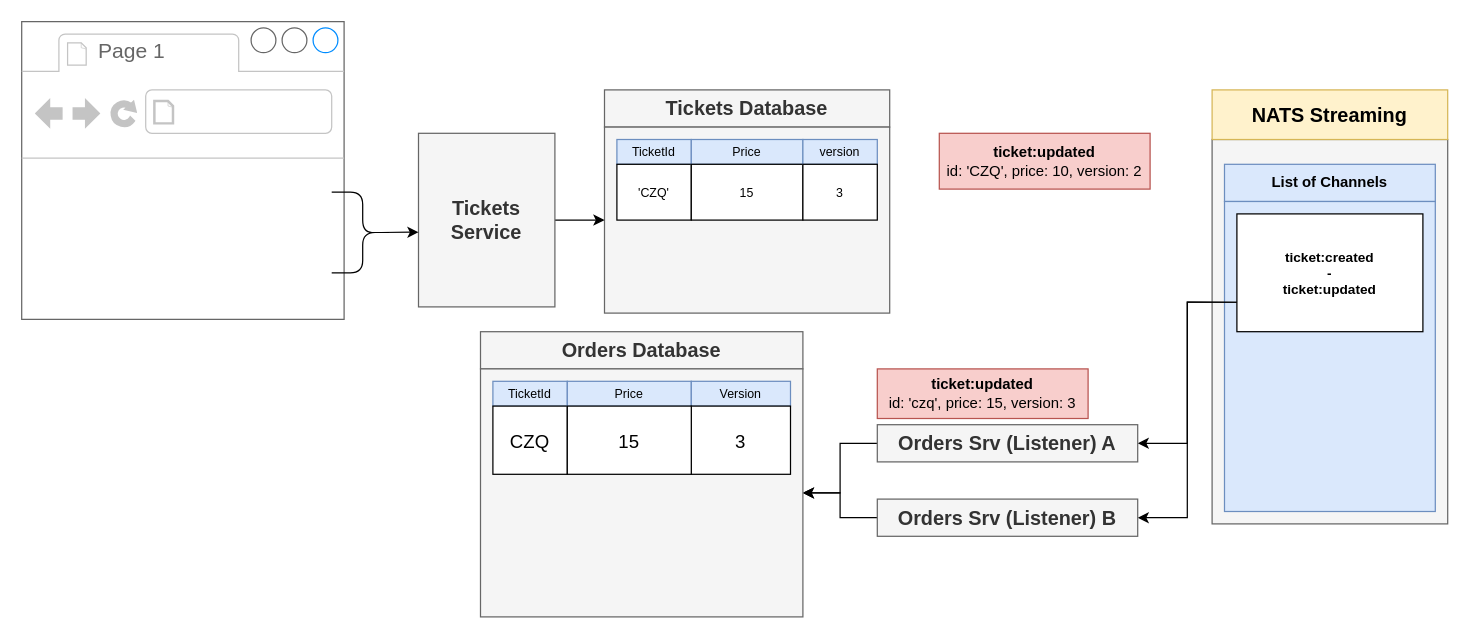
Before: page "06 - conc" (5 of 19) of diagrams/08/03.drawio in HappySuzuki/microservices-cast, a draw.io diagram. Source tidied: cells renumbered, new cells numbered last; positions are measured from the earlier drawing's top-left corner, leaving out a move shared by most shapes. Both pictures are drawn from the tidied source at 124%, with x=0, y=0 at pixel (21, 21).
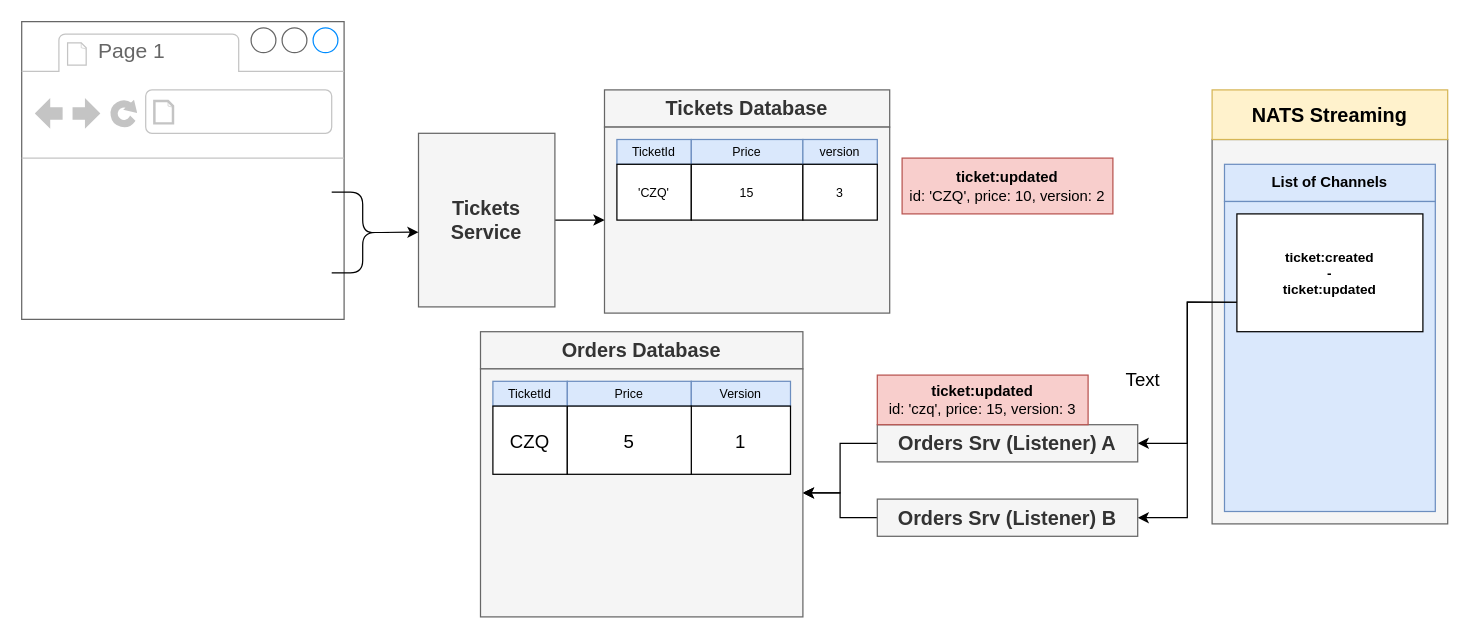
Above is the later version.

Change to the diagram source:
```diff
@@
-    <mxCell id="32" value="3" style="rounded=0;whiteSpace=wrap;html=1;fontSize=15;align=center;" parent="1" vertex="1">
+    <mxCell id="32" value="1" style="rounded=0;whiteSpace=wrap;html=1;fontSize=15;align=center;" parent="1" vertex="1">
       <mxGeometry x="540" y="310" width="80" height="55" as="geometry" />
     </mxCell>
-    <mxCell id="33" value="15" style="rounded=0;whiteSpace=wrap;html=1;fontSize=15;align=center;" parent="1" vertex="1">
+    <mxCell id="33" value="5" style="rounded=0;whiteSpace=wrap;html=1;fontSize=15;align=center;" parent="1" vertex="1">
       <mxGeometry x="440" y="310" width="100" height="55" as="geometry" />
     </mxCell>
@@
     <mxCell id="36" value="&lt;b&gt;ticket:updated&lt;/b&gt;&lt;br&gt;id: 'CZQ', price: 10, version: 2" style="rounded=0;whiteSpace=wrap;html=1;fontSize=12;align=center;fillColor=#f8cecc;strokeColor=#b85450;" parent="1" vertex="1">
-      <mxGeometry x="740" y="90" width="170" height="45" as="geometry" />
+      <mxGeometry x="710" y="110" width="170" height="45" as="geometry" />
     </mxCell>
     <mxCell id="37" value="&lt;b&gt;ticket:updated&lt;/b&gt;&lt;br&gt;id: 'czq', price: 15, version: 3" style="rounded=0;whiteSpace=wrap;html=1;fontSize=12;align=center;fillColor=#f8cecc;strokeColor=#b85450;" parent="1" vertex="1">
-      <mxGeometry x="690" y="280" width="170" height="40" as="geometry" />
+      <mxGeometry x="690" y="285" width="170" height="40" as="geometry" />
     </mxCell>
+    <mxCell id="38" value="Text" style="text;html=1;align=center;verticalAlign=middle;fontSize=15;" parent="1" vertex="1">
+      <mxGeometry x="884" y="278" width="40" height="20" as="geometry" />
+    </mxCell>
```
